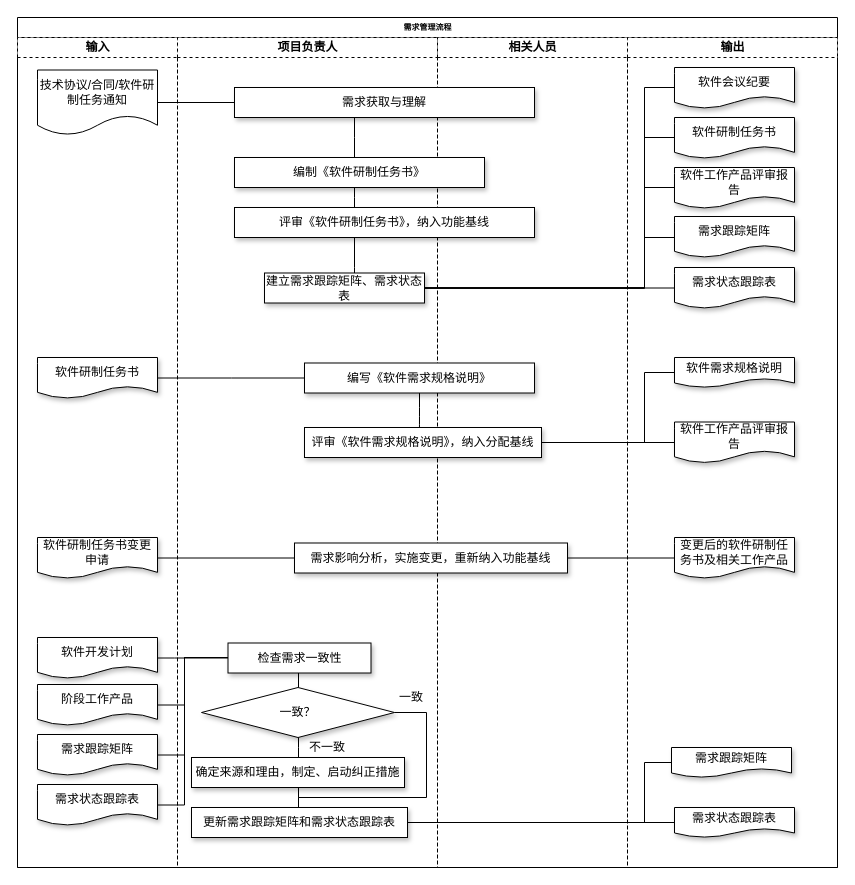
ColonelDarcy2018/excelsior keeps this draw.io diagram as 国军标5000A-文审-软件需求管理过程域.drawio. Above is the earlier version. Source tidied: cells renumbered, new cells numbered last; positions are measured from the earlier drawing's top-left corner, leaving out a move shared by most shapes. Both pictures are drawn from the tidied source at 100%, with x=0, y=0 at pixel (17, 17).
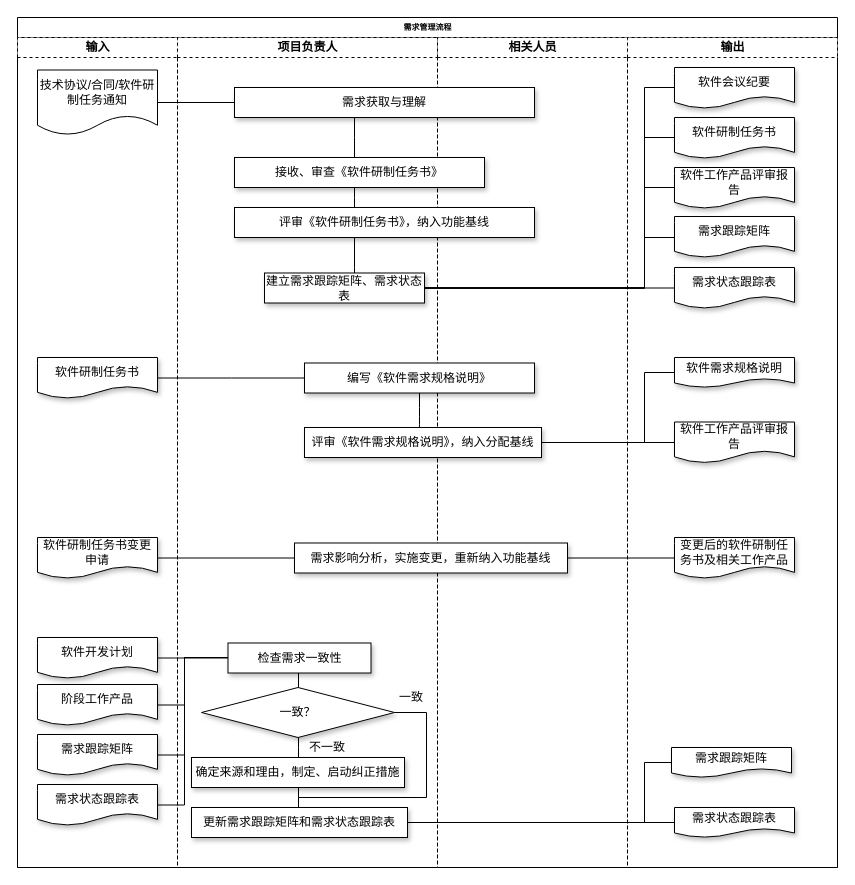
The same diagram, later.

Commit message:
Update 国军标5000A-文审-软件需求管理过程域.drawio

Change to the diagram source:
```diff
@@
-    <mxCell id="52" value="编制《软件研制任务书》" style="rounded=0;whiteSpace=wrap;html=1;shadow=1;fontSize=12;" parent="1" vertex="1">
+    <mxCell id="52" value="接收、审查《软件研制任务书》" style="rounded=0;whiteSpace=wrap;html=1;shadow=1;fontSize=12;" parent="1" vertex="1">
       <mxGeometry x="217" y="140" width="250" height="30" as="geometry" />
     </mxCell>
```
